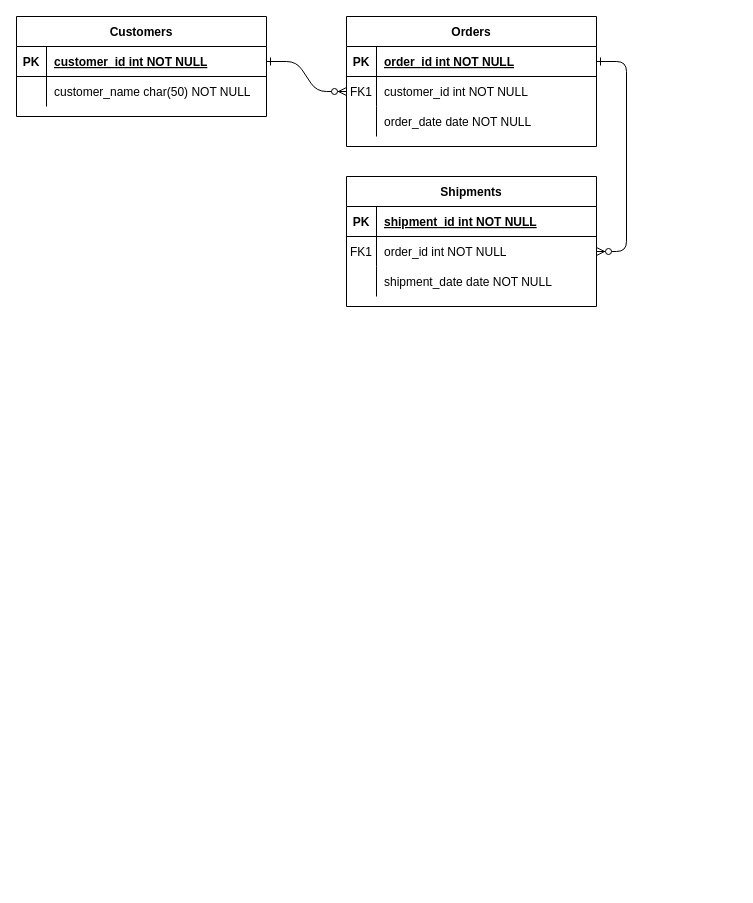
jacksoes/ERD-HW-11-4 keeps this draw.io diagram as ERD6.drawio. Above is the earlier version. Source tidied: cells renumbered, new cells numbered last; positions are measured from the earlier drawing's top-left corner, leaving out a move shared by most shapes. Both pictures are drawn from the tidied source at 100%, with x=0, y=0 at pixel (16, 16).
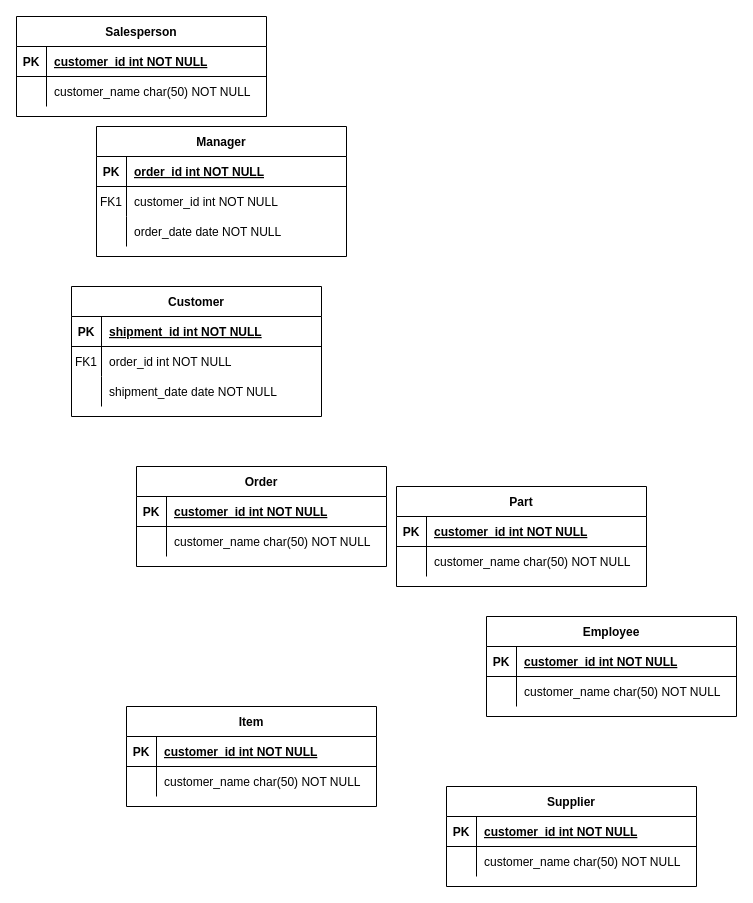
Above is the later version.

Commit message:
basic template

The change refers to these unchanged cells:
```xml
<mxCell id="5" style="shape=partialRectangle;fillColor=none;points=[[0,0.5],[1,0.5]];portConstraint=eastwest;top=0;left=0;right=0;bottom=1;" parent="4" vertex="1">
  <mxGeometry y="30" width="250" height="30" as="geometry" />
</mxCell>
<mxCell id="8" style="shape=partialRectangle;fillColor=none;points=[[0,0.5],[1,0.5]];portConstraint=eastwest;top=0;left=0;right=0;bottom=0;" parent="4" vertex="1">
  <mxGeometry y="60" width="250" height="30" as="geometry" />
</mxCell>
<mxCell id="18" style="shape=partialRectangle;fillColor=none;points=[[0,0.5],[1,0.5]];portConstraint=eastwest;top=0;left=0;right=0;bottom=0;" parent="14" vertex="1">
  <mxGeometry y="60" width="250" height="30" as="geometry" />
</mxCell>
<mxCell id="25" style="shape=partialRectangle;fillColor=none;points=[[0,0.5],[1,0.5]];portConstraint=eastwest;top=0;left=0;right=0;bottom=1;" parent="24" vertex="1">
  <mxGeometry y="30" width="250" height="30" as="geometry" />
</mxCell>
```

The edit, as a diff of the source:
```diff
@@
-    <mxCell id="2" style="edgeStyle=entityRelationEdgeStyle;endArrow=ERzeroToMany;startArrow=ERone;endFill=1;startFill=0;" parent="1" edge="1" source="25" target="8">
-      <mxGeometry relative="1" as="geometry" />
-    </mxCell>
-    <mxCell id="3" style="edgeStyle=entityRelationEdgeStyle;endArrow=ERzeroToMany;startArrow=ERone;endFill=1;startFill=0;" parent="1" edge="1" source="5" target="18">
-      <mxGeometry relative="1" as="geometry" />
-    </mxCell>
-    <mxCell id="4" value="Orders" style="shape=table;startSize=30;childLayout=tableLayout;rowLines=0;fontStyle=1;align=center;" parent="1" vertex="1">
-      <mxGeometry x="330" width="250" height="130" as="geometry" />
+    <mxCell id="4" value="Manager" style="shape=table;startSize=30;childLayout=tableLayout;rowLines=0;fontStyle=1;align=center;" parent="1" vertex="1">
+      <mxGeometry x="80" y="110" width="250" height="130" as="geometry" />
     </mxCell>
@@
-    <mxCell id="14" value="Shipments" style="shape=table;startSize=30;childLayout=tableLayout;rowLines=0;fontStyle=1;align=center;" parent="1" vertex="1">
-      <mxGeometry x="330" y="160" width="250" height="130" as="geometry" />
+    <mxCell id="14" value="Customer" style="shape=table;startSize=30;childLayout=tableLayout;rowLines=0;fontStyle=1;align=center;" parent="1" vertex="1">
+      <mxGeometry x="55" y="270" width="250" height="130" as="geometry" />
     </mxCell>
@@
-    <mxCell id="24" value="Customers" style="shape=table;startSize=30;childLayout=tableLayout;rowLines=0;fontStyle=1;align=center;" parent="1" vertex="1">
+    <mxCell id="24" value="Salesperson" style="shape=table;startSize=30;childLayout=tableLayout;rowLines=0;fontStyle=1;align=center;" parent="1" vertex="1">
       <mxGeometry width="250" height="100" as="geometry" />
     </mxCell>
@@
+    <mxCell id="31" value="Order" style="shape=table;startSize=30;childLayout=tableLayout;rowLines=0;fontStyle=1;align=center;" parent="1" vertex="1">
+      <mxGeometry x="120" y="450" width="250" height="100" as="geometry" />
+    </mxCell>
+    <mxCell id="32" style="shape=partialRectangle;fillColor=none;top=0;left=0;right=0;bottom=1;" parent="31" vertex="1">
+      <mxGeometry y="30" width="250" height="30" as="geometry" />
+    </mxCell>
+    <mxCell id="33" value="PK" style="shape=partialRectangle;overflow=hidden;fillColor=none;top=0;left=0;bottom=0;right=0;fontStyle=1;" parent="32" vertex="1">
+      <mxGeometry width="30" height="30" as="geometry" />
+    </mxCell>
+    <mxCell id="34" value="customer_id int NOT NULL " style="shape=partialRectangle;overflow=hidden;fillColor=none;top=0;left=0;bottom=0;right=0;align=left;spacingLeft=6;fontStyle=5;" parent="32" vertex="1">
+      <mxGeometry x="30" width="220" height="30" as="geometry" />
+    </mxCell>
+    <mxCell id="35" style="shape=partialRectangle;fillColor=none;top=0;left=0;right=0;bottom=0;" parent="31" vertex="1">
+      <mxGeometry y="60" width="250" height="30" as="geometry" />
+    </mxCell>
+    <mxCell id="36" style="shape=partialRectangle;overflow=hidden;fillColor=none;top=0;left=0;bottom=0;right=0;" parent="35" vertex="1">
+      <mxGeometry width="30" height="30" as="geometry" />
+    </mxCell>
+    <mxCell id="37" value="customer_name char(50) NOT NULL" style="shape=partialRectangle;overflow=hidden;fillColor=none;top=0;left=0;bottom=0;right=0;align=left;spacingLeft=6;" parent="35" vertex="1">
+      <mxGeometry x="30" width="220" height="30" as="geometry" />
+    </mxCell>
+    <mxCell id="38" value="Item" style="shape=table;startSize=30;childLayout=tableLayout;rowLines=0;fontStyle=1;align=center;" parent="1" vertex="1">
+      <mxGeometry x="110" y="690" width="250" height="100" as="geometry" />
+    </mxCell>
+    <mxCell id="39" style="shape=partialRectangle;fillColor=none;top=0;left=0;right=0;bottom=1;" parent="38" vertex="1">
+      <mxGeometry y="30" width="250" height="30" as="geometry" />
+    </mxCell>
+    <mxCell id="40" value="PK" style="shape=partialRectangle;overflow=hidden;fillColor=none;top=0;left=0;bottom=0;right=0;fontStyle=1;" parent="39" vertex="1">
+      <mxGeometry width="30" height="30" as="geometry" />
+    </mxCell>
+    <mxCell id="41" value="customer_id int NOT NULL " style="shape=partialRectangle;overflow=hidden;fillColor=none;top=0;left=0;bottom=0;right=0;align=left;spacingLeft=6;fontStyle=5;" parent="39" vertex="1">
+      <mxGeometry x="30" width="220" height="30" as="geometry" />
+    </mxCell>
+    <mxCell id="42" style="shape=partialRectangle;fillColor=none;top=0;left=0;right=0;bottom=0;" parent="38" vertex="1">
+      <mxGeometry y="60" width="250" height="30" as="geometry" />
+    </mxCell>
+    <mxCell id="43" style="shape=partialRectangle;overflow=hidden;fillColor=none;top=0;left=0;bottom=0;right=0;" parent="42" vertex="1">
+      <mxGeometry width="30" height="30" as="geometry" />
+    </mxCell>
+    <mxCell id="44" value="customer_name char(50) NOT NULL" style="shape=partialRectangle;overflow=hidden;fillColor=none;top=0;left=0;bottom=0;right=0;align=left;spacingLeft=6;" parent="42" vertex="1">
+      <mxGeometry x="30" width="220" height="30" as="geometry" />
+    </mxCell>
+    <mxCell id="45" value="Part" style="shape=table;startSize=30;childLayout=tableLayout;rowLines=0;fontStyle=1;align=center;" parent="1" vertex="1">
+      <mxGeometry x="380" y="470" width="250" height="100" as="geometry" />
+    </mxCell>
+    <mxCell id="46" style="shape=partialRectangle;fillColor=none;top=0;left=0;right=0;bottom=1;" parent="45" vertex="1">
+      <mxGeometry y="30" width="250" height="30" as="geometry" />
+    </mxCell>
+    <mxCell id="47" value="PK" style="shape=partialRectangle;overflow=hidden;fillColor=none;top=0;left=0;bottom=0;right=0;fontStyle=1;" parent="46" vertex="1">
+      <mxGeometry width="30" height="30" as="geometry" />
+    </mxCell>
+    <mxCell id="48" value="customer_id int NOT NULL " style="shape=partialRectangle;overflow=hidden;fillColor=none;top=0;left=0;bottom=0;right=0;align=left;spacingLeft=6;fontStyle=5;" parent="46" vertex="1">
+      <mxGeometry x="30" width="220" height="30" as="geometry" />
+    </mxCell>
+    <mxCell id="49" style="shape=partialRectangle;fillColor=none;top=0;left=0;right=0;bottom=0;" parent="45" vertex="1">
+      <mxGeometry y="60" width="250" height="30" as="geometry" />
+    </mxCell>
+    <mxCell id="50" style="shape=partialRectangle;overflow=hidden;fillColor=none;top=0;left=0;bottom=0;right=0;" parent="49" vertex="1">
+      <mxGeometry width="30" height="30" as="geometry" />
+    </mxCell>
+    <mxCell id="51" value="customer_name char(50) NOT NULL" style="shape=partialRectangle;overflow=hidden;fillColor=none;top=0;left=0;bottom=0;right=0;align=left;spacingLeft=6;" parent="49" vertex="1">
+      <mxGeometry x="30" width="220" height="30" as="geometry" />
+    </mxCell>
+    <mxCell id="52" value="Employee" style="shape=table;startSize=30;childLayout=tableLayout;rowLines=0;fontStyle=1;align=center;" parent="1" vertex="1">
+      <mxGeometry x="470" y="600" width="250" height="100" as="geometry" />
+    </mxCell>
+    <mxCell id="53" style="shape=partialRectangle;fillColor=none;top=0;left=0;right=0;bottom=1;" parent="52" vertex="1">
+      <mxGeometry y="30" width="250" height="30" as="geometry" />
+    </mxCell>
+    <mxCell id="54" value="PK" style="shape=partialRectangle;overflow=hidden;fillColor=none;top=0;left=0;bottom=0;right=0;fontStyle=1;" parent="53" vertex="1">
+      <mxGeometry width="30" height="30" as="geometry" />
+    </mxCell>
+    <mxCell id="55" value="customer_id int NOT NULL " style="shape=partialRectangle;overflow=hidden;fillColor=none;top=0;left=0;bottom=0;right=0;align=left;spacingLeft=6;fontStyle=5;" parent="53" vertex="1">
+      <mxGeometry x="30" width="220" height="30" as="geometry" />
+    </mxCell>
+    <mxCell id="56" style="shape=partialRectangle;fillColor=none;top=0;left=0;right=0;bottom=0;" parent="52" vertex="1">
+      <mxGeometry y="60" width="250" height="30" as="geometry" />
+    </mxCell>
+    <mxCell id="57" style="shape=partialRectangle;overflow=hidden;fillColor=none;top=0;left=0;bottom=0;right=0;" parent="56" vertex="1">
+      <mxGeometry width="30" height="30" as="geometry" />
+    </mxCell>
+    <mxCell id="58" value="customer_name char(50) NOT NULL" style="shape=partialRectangle;overflow=hidden;fillColor=none;top=0;left=0;bottom=0;right=0;align=left;spacingLeft=6;" parent="56" vertex="1">
+      <mxGeometry x="30" width="220" height="30" as="geometry" />
+    </mxCell>
+    <mxCell id="59" value="Supplier" style="shape=table;startSize=30;childLayout=tableLayout;rowLines=0;fontStyle=1;align=center;" parent="1" vertex="1">
+      <mxGeometry x="430" y="770" width="250" height="100" as="geometry" />
+    </mxCell>
+    <mxCell id="60" style="shape=partialRectangle;fillColor=none;top=0;left=0;right=0;bottom=1;" parent="59" vertex="1">
+      <mxGeometry y="30" width="250" height="30" as="geometry" />
+    </mxCell>
+    <mxCell id="61" value="PK" style="shape=partialRectangle;overflow=hidden;fillColor=none;top=0;left=0;bottom=0;right=0;fontStyle=1;" parent="60" vertex="1">
+      <mxGeometry width="30" height="30" as="geometry" />
+    </mxCell>
+    <mxCell id="62" value="customer_id int NOT NULL " style="shape=partialRectangle;overflow=hidden;fillColor=none;top=0;left=0;bottom=0;right=0;align=left;spacingLeft=6;fontStyle=5;" parent="60" vertex="1">
+      <mxGeometry x="30" width="220" height="30" as="geometry" />
+    </mxCell>
+    <mxCell id="63" style="shape=partialRectangle;fillColor=none;top=0;left=0;right=0;bottom=0;" parent="59" vertex="1">
+      <mxGeometry y="60" width="250" height="30" as="geometry" />
+    </mxCell>
+    <mxCell id="64" style="shape=partialRectangle;overflow=hidden;fillColor=none;top=0;left=0;bottom=0;right=0;" parent="63" vertex="1">
+      <mxGeometry width="30" height="30" as="geometry" />
+    </mxCell>
+    <mxCell id="65" value="customer_name char(50) NOT NULL" style="shape=partialRectangle;overflow=hidden;fillColor=none;top=0;left=0;bottom=0;right=0;align=left;spacingLeft=6;" parent="63" vertex="1">
+      <mxGeometry x="30" width="220" height="30" as="geometry" />
+    </mxCell>
```
